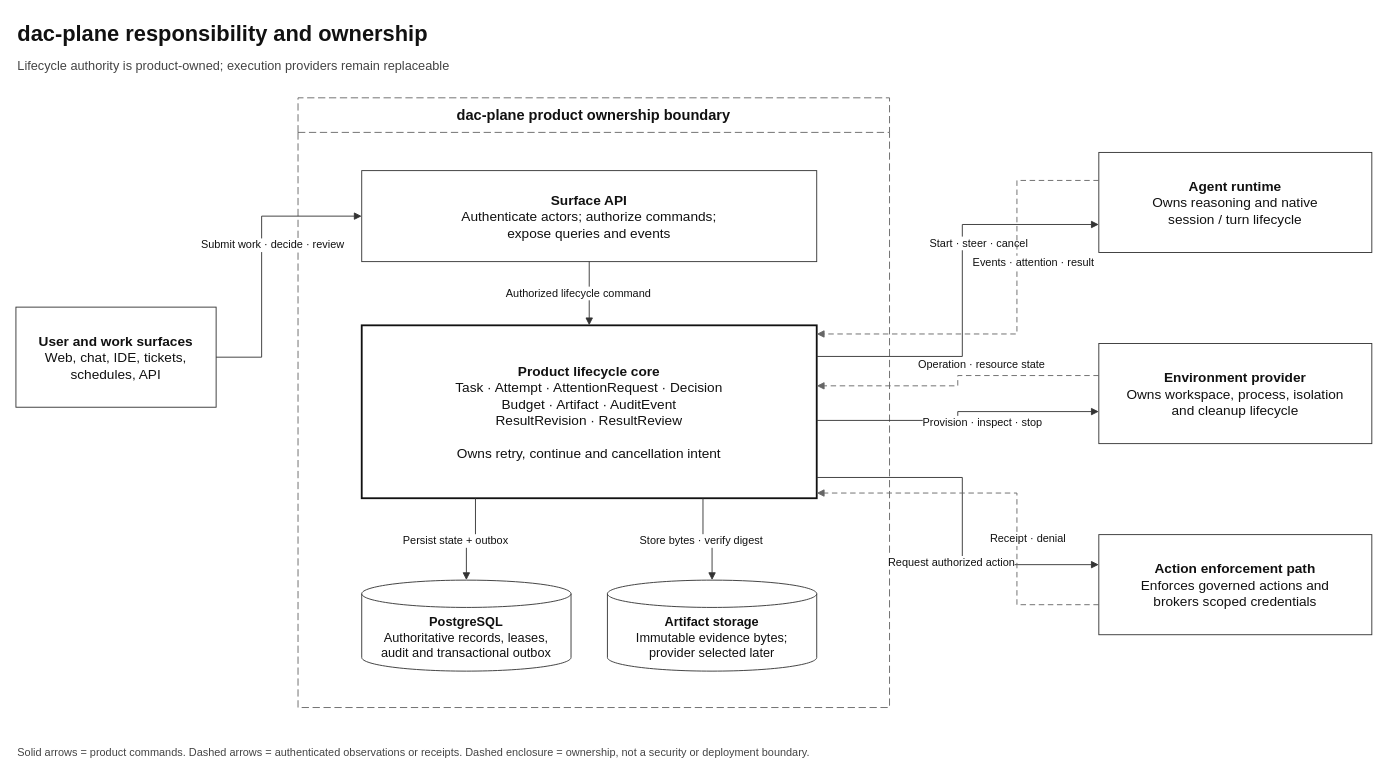
dac-plane/dac-plane keeps this draw.io diagram as docs/architecture/responsibility-map.drawio. Above is the earlier version. Source tidied: cells renumbered, new cells numbered last; positions are measured from the earlier drawing's top-left corner, leaving out a move shared by most shapes. Both pictures are drawn from the tidied source at 91%, with x=0, y=0 at pixel (15, 15).
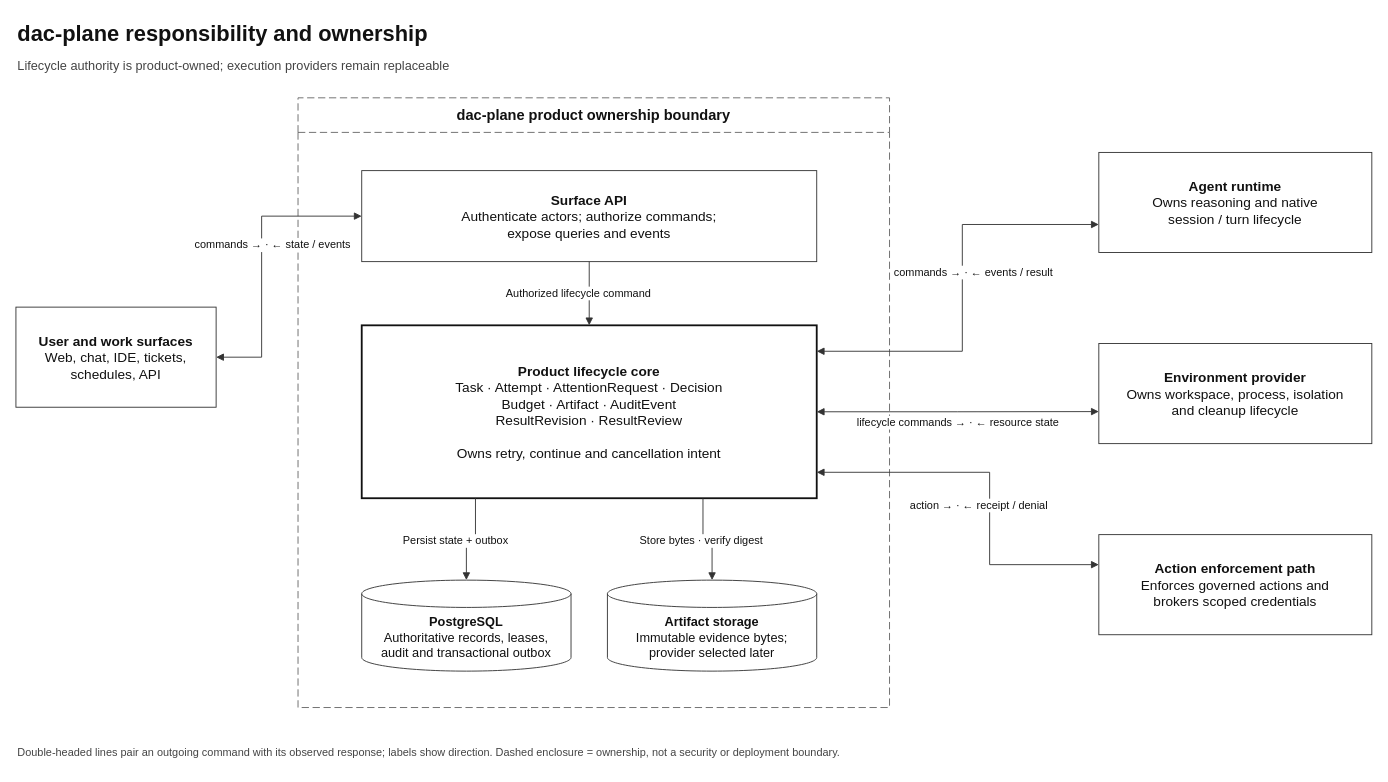
The same page after the edit.

Commit message (it also covers changes not shown here):
fix(architecture): simplify diagram connectors

Unchanged cells that the change refers to:
```xml
<mxCell id="4" value="&lt;b&gt;User and work surfaces&lt;/b&gt;&lt;br&gt;Web, chat, IDE, tickets,&lt;br&gt;schedules, API" style="rounded=0;whiteSpace=wrap;html=1;fillColor=#FFFFFF;strokeColor=#333333;fontColor=#111111;fontSize=15;spacing=10;" parent="1" vertex="1">
  <mxGeometry y="320" width="220" height="110" as="geometry" />
</mxCell>
<mxCell id="6" value="&lt;b&gt;Surface API&lt;/b&gt;&lt;br&gt;Authenticate actors; authorize commands;&lt;br&gt;expose queries and events" style="rounded=0;whiteSpace=wrap;html=1;fillColor=#FFFFFF;strokeColor=#333333;fontColor=#111111;fontSize=15;spacing=10;" parent="1" vertex="1">
  <mxGeometry x="380" y="170" width="500" height="100" as="geometry" />
</mxCell>
<mxCell id="7" value="&lt;b&gt;Product lifecycle core&lt;/b&gt;&lt;br&gt;Task · Attempt · AttentionRequest · Decision&lt;br&gt;Budget · Artifact · AuditEvent&lt;br&gt;ResultRevision · ResultReview&lt;br&gt;&lt;br&gt;Owns retry, continue and cancellation intent" style="rounded=0;whiteSpace=wrap;html=1;fillColor=#FFFFFF;strokeColor=#111111;strokeWidth=2;fontColor=#111111;fontSize=15;spacing=10;" parent="1" vertex="1">
  <mxGeometry x="380" y="340" width="500" height="190" as="geometry" />
</mxCell>
<mxCell id="10" value="&lt;b&gt;Agent runtime&lt;/b&gt;&lt;br&gt;Owns reasoning and native&lt;br&gt;session / turn lifecycle" style="rounded=0;whiteSpace=wrap;html=1;fillColor=#FFFFFF;strokeColor=#333333;fontColor=#111111;fontSize=15;spacing=10;" parent="1" vertex="1">
  <mxGeometry x="1190" y="150" width="300" height="110" as="geometry" />
</mxCell>
<mxCell id="11" value="&lt;b&gt;Environment provider&lt;/b&gt;&lt;br&gt;Owns workspace, process, isolation&lt;br&gt;and cleanup lifecycle" style="rounded=0;whiteSpace=wrap;html=1;fillColor=#FFFFFF;strokeColor=#333333;fontColor=#111111;fontSize=15;spacing=10;" parent="1" vertex="1">
  <mxGeometry x="1190" y="360" width="300" height="110" as="geometry" />
</mxCell>
<mxCell id="12" value="&lt;b&gt;Action enforcement path&lt;/b&gt;&lt;br&gt;Enforces governed actions and&lt;br&gt;brokers scoped credentials" style="rounded=0;whiteSpace=wrap;html=1;fillColor=#FFFFFF;strokeColor=#333333;fontColor=#111111;fontSize=15;spacing=10;" parent="1" vertex="1">
  <mxGeometry x="1190" y="570" width="300" height="110" as="geometry" />
</mxCell>
```

Diff of the diagram source:
```diff
@@
-    <mxCell id="13" value="Solid arrows = product commands. Dashed arrows = authenticated observations or receipts. Dashed enclosure = ownership, not a security or deployment boundary." style="text;html=1;strokeColor=none;fillColor=none;align=left;verticalAlign=middle;fontSize=12;fontColor=#444444;" parent="1" vertex="1">
+    <mxCell id="13" value="Double-headed lines pair an outgoing command with its observed response; labels show direction. Dashed enclosure = ownership, not a security or deployment boundary." style="text;html=1;strokeColor=none;fillColor=none;align=left;verticalAlign=middle;fontSize=12;fontColor=#444444;" parent="1" vertex="1">
       <mxGeometry y="795" width="1450" height="30" as="geometry" />
     </mxCell>
-    <mxCell id="14" value="Submit work · decide · review" style="edgeStyle=orthogonalEdgeStyle;rounded=0;jettySize=auto;html=1;strokeColor=#333333;fontColor=#111111;fontSize=12;labelBackgroundColor=#FFFFFF;endArrow=block;endFill=1;exitX=1;exitY=0.5;exitDx=0;exitDy=0;entryX=0;entryY=0.5;entryDx=0;entryDy=0;" parent="1" edge="1" source="4" target="6">
+    <mxCell id="14" value="commands →  ·  ← state / events" style="edgeStyle=orthogonalEdgeStyle;rounded=0;jettySize=auto;html=1;strokeColor=#333333;fontColor=#111111;fontSize=12;labelBackgroundColor=#FFFFFF;startArrow=block;startFill=1;endArrow=block;endFill=1;exitX=1;exitY=0.5;exitDx=0;exitDy=0;entryX=0;entryY=0.5;entryDx=0;entryDy=0;" parent="1" edge="1" source="4" target="6">
       <mxGeometry x="0.1" y="-12" relative="1" as="geometry">
         <Array as="points">
           <mxPoint x="270" y="375" />
           <mxPoint x="270" y="220" />
         </Array>
       </mxGeometry>
     </mxCell>
@@
-    <mxCell id="18" value="Start · steer · cancel" style="edgeStyle=orthogonalEdgeStyle;rounded=0;jettySize=auto;html=1;strokeColor=#333333;fontColor=#111111;fontSize=12;labelBackgroundColor=#FFFFFF;endArrow=block;endFill=1;exitX=1;exitY=0.18;exitDx=0;exitDy=0;entryX=0;entryY=0.72;entryDx=0;entryDy=0;" parent="1" edge="1" source="7" target="10">
-      <mxGeometry x="0.25" y="-18" relative="1" as="geometry">
+    <mxCell id="18" value="commands →  ·  ← events / result" style="edgeStyle=orthogonalEdgeStyle;rounded=0;jettySize=auto;html=1;strokeColor=#333333;fontColor=#111111;fontSize=12;labelBackgroundColor=#FFFFFF;startArrow=block;startFill=1;endArrow=block;endFill=1;exitX=1;exitY=0.15;exitDx=0;exitDy=0;entryX=0;entryY=0.72;entryDx=0;entryDy=0;" parent="1" edge="1" source="7" target="10">
+      <mxGeometry x="0.1" y="-12" relative="1" as="geometry">
         <Array as="points">
-          <mxPoint x="1040" y="374" />
+          <mxPoint x="1040" y="369" />
           <mxPoint x="1040" y="229" />
         </Array>
       </mxGeometry>
     </mxCell>
-    <mxCell id="19" value="Events · attention · result" style="edgeStyle=orthogonalEdgeStyle;rounded=0;jettySize=auto;html=1;strokeColor=#666666;fontColor=#111111;fontSize=12;labelBackgroundColor=#FFFFFF;endArrow=block;endFill=1;dashed=1;dashPattern=6 4;exitX=0;exitY=0.28;exitDx=0;exitDy=0;entryX=1;entryY=0.05;entryDx=0;entryDy=0;" parent="1" edge="1" source="10" target="7">
-      <mxGeometry x="-0.25" y="18" relative="1" as="geometry">
-        <Array as="points">
-          <mxPoint x="1100" y="181" />
-          <mxPoint x="1100" y="350" />
-        </Array>
-      </mxGeometry>
-    </mxCell>
-    <mxCell id="20" value="Provision · inspect · stop" style="edgeStyle=orthogonalEdgeStyle;rounded=0;jettySize=auto;html=1;strokeColor=#333333;fontColor=#111111;fontSize=12;labelBackgroundColor=#FFFFFF;endArrow=block;endFill=1;exitX=1;exitY=0.55;exitDx=0;exitDy=0;entryX=0;entryY=0.68;entryDx=0;entryDy=0;" parent="1" edge="1" source="7" target="11">
-      <mxGeometry x="0.2" y="-12" relative="1" as="geometry" />
+    <mxCell id="20" value="lifecycle commands →  ·  ← resource state" style="edgeStyle=orthogonalEdgeStyle;rounded=0;jettySize=auto;html=1;strokeColor=#333333;fontColor=#111111;fontSize=12;labelBackgroundColor=#FFFFFF;startArrow=block;startFill=1;endArrow=block;endFill=1;exitX=1;exitY=0.5;exitDx=0;exitDy=0;entryX=0;entryY=0.68;entryDx=0;entryDy=0;" parent="1" edge="1" source="7" target="11">
+      <mxGeometry y="-12" relative="1" as="geometry" />
     </mxCell>
-    <mxCell id="21" value="Operation · resource state" style="edgeStyle=orthogonalEdgeStyle;rounded=0;jettySize=auto;html=1;strokeColor=#666666;fontColor=#111111;fontSize=12;labelBackgroundColor=#FFFFFF;endArrow=block;endFill=1;dashed=1;dashPattern=6 4;exitX=0;exitY=0.32;exitDx=0;exitDy=0;entryX=1;entryY=0.35;entryDx=0;entryDy=0;" parent="1" edge="1" source="11" target="7">
-      <mxGeometry x="-0.2" y="-12" relative="1" as="geometry" />
-    </mxCell>
-    <mxCell id="22" value="Request authorized action" style="edgeStyle=orthogonalEdgeStyle;rounded=0;jettySize=auto;html=1;strokeColor=#333333;fontColor=#111111;fontSize=12;labelBackgroundColor=#FFFFFF;endArrow=block;endFill=1;exitX=1;exitY=0.88;exitDx=0;exitDy=0;entryX=0;entryY=0.3;entryDx=0;entryDy=0;" parent="1" edge="1" source="7" target="12">
-      <mxGeometry x="0.25" y="-12" relative="1" as="geometry">
+    <mxCell id="22" value="action →  ·  ← receipt / denial" style="edgeStyle=orthogonalEdgeStyle;rounded=0;jettySize=auto;html=1;strokeColor=#333333;fontColor=#111111;fontSize=12;labelBackgroundColor=#FFFFFF;startArrow=block;startFill=1;endArrow=block;endFill=1;exitX=1;exitY=0.85;exitDx=0;exitDy=0;entryX=0;entryY=0.3;entryDx=0;entryDy=0;" parent="1" edge="1" source="7" target="12">
+      <mxGeometry x="0.1" y="-12" relative="1" as="geometry">
         <Array as="points">
-          <mxPoint x="1040" y="507" />
-          <mxPoint x="1040" y="603" />
+          <mxPoint x="1070" y="502" />
+          <mxPoint x="1070" y="603" />
         </Array>
       </mxGeometry>
     </mxCell>
-    <mxCell id="23" value="Receipt · denial" style="edgeStyle=orthogonalEdgeStyle;rounded=0;jettySize=auto;html=1;strokeColor=#666666;fontColor=#111111;fontSize=12;labelBackgroundColor=#FFFFFF;endArrow=block;endFill=1;dashed=1;dashPattern=6 4;exitX=0;exitY=0.7;exitDx=0;exitDy=0;entryX=1;entryY=0.97;entryDx=0;entryDy=0;" parent="1" edge="1" source="12" target="7">
-      <mxGeometry x="-0.25" y="-12" relative="1" as="geometry">
-        <Array as="points">
-          <mxPoint x="1100" y="647" />
-          <mxPoint x="1100" y="524" />
-        </Array>
-      </mxGeometry>
-    </mxCell>
```
